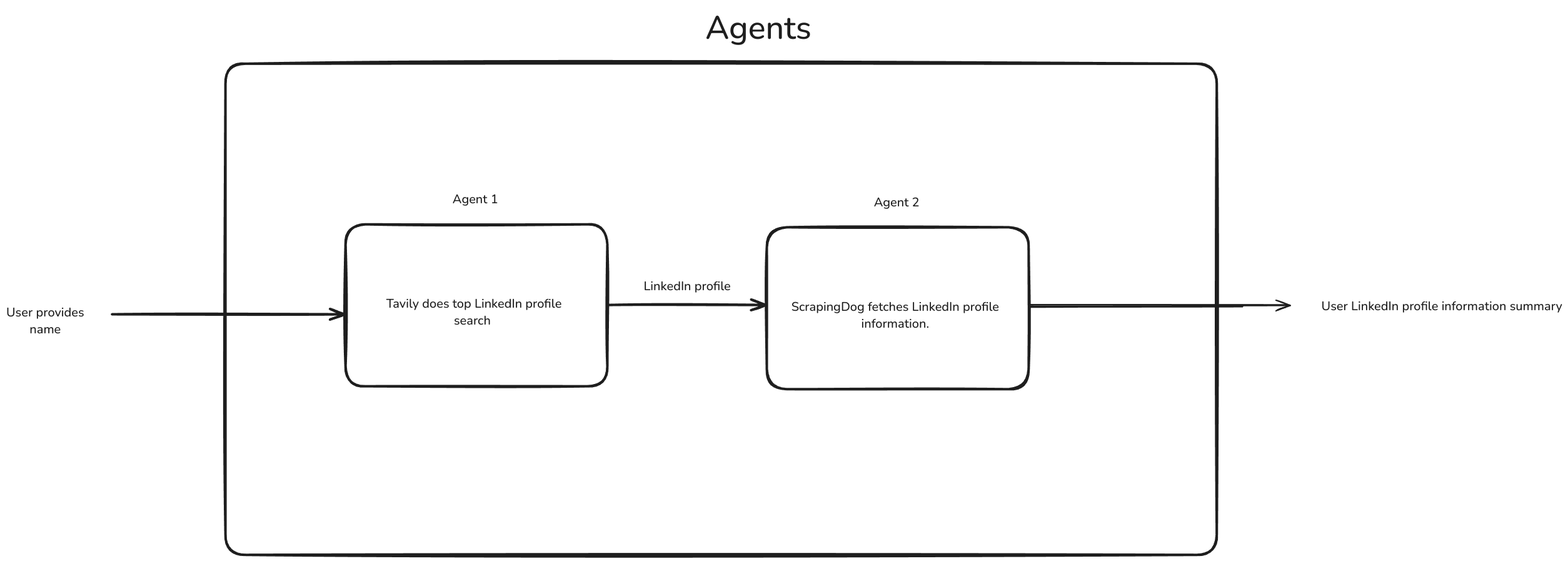
Before: workflow.excalidraw.png, a diagram exported from Excalidraw (niraj-khatiwada/langchain-advanced). Source tidied: one line per element, renumbered; positions are measured from the earlier drawing's top-left corner, leaving out a move shared by most shapes.
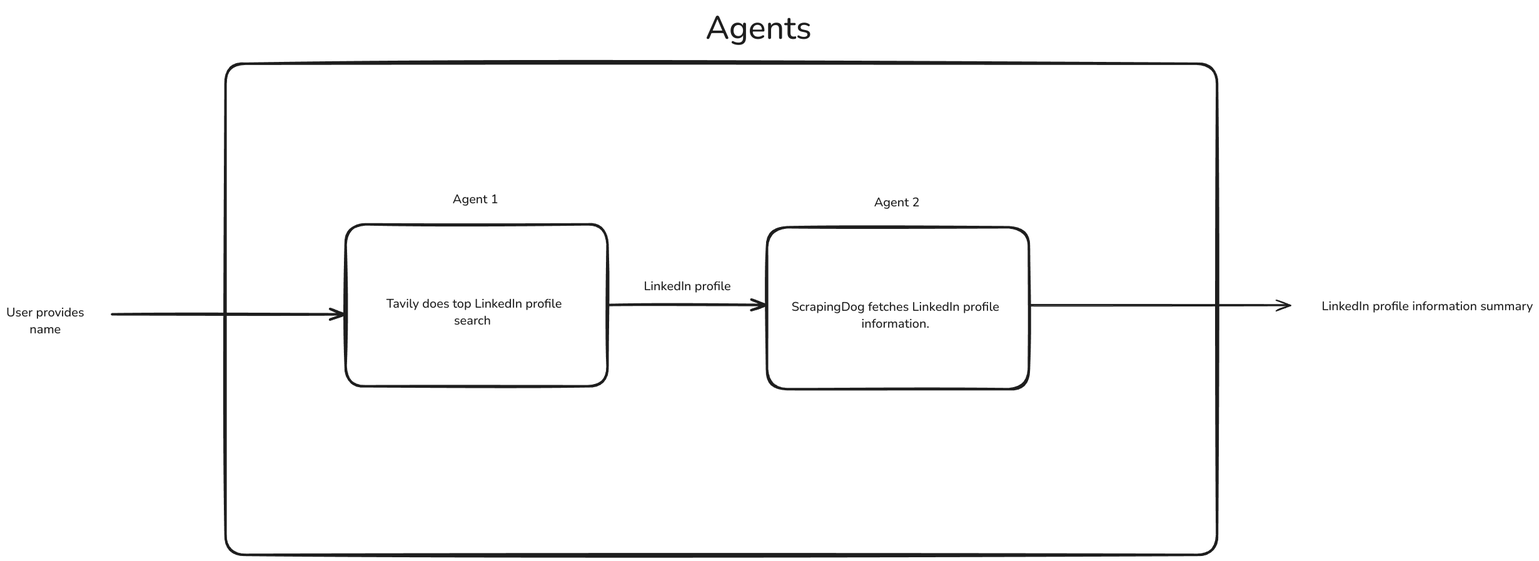
Above is the later version.

The edit, as a diff of the source:
```diff
@@ -11,4 +11,4 @@
 {"id": 10, "type": "arrow", "strokeColor": "#1e1e1e", "strokeWidth": 4, "roughness": 1, "endArrowhead": "arrow", "to": 1, "x": 964, "y": 478, "width": 250, "height": 0, "points": [[0, 0], [250, 0]]}
 {"id": 11, "type": "text", "text": "LinkedIn profile", "strokeColor": "#1e1e1e", "strokeWidth": 4, "roughness": 1, "fontSize": 20, "fontFamily": 6, "textAlign": "center", "x": 1019, "y": 434, "width": 139, "height": 27}
 {"id": 12, "type": "arrow", "strokeColor": "#1e1e1e", "strokeWidth": 2, "roughness": 1, "endArrowhead": "arrow", "round": true, "from": 1, "x": 1637, "y": 478, "width": 416, "height": 0, "points": [[0, 0], [416, 0]]}
-{"id": 13, "type": "text", "text": "User LinkedIn profile information summary", "strokeColor": "#1e1e1e", "strokeWidth": 2, "roughness": 1, "fontSize": 20, "fontFamily": 6, "x": 2104, "y": 466, "width": 385, "height": 27}
+{"id": 13, "type": "text", "text": "LinkedIn profile information summary", "strokeColor": "#1e1e1e", "strokeWidth": 2, "roughness": 1, "fontSize": 20, "fontFamily": 6, "x": 2104, "y": 466, "width": 338, "height": 27}
```
